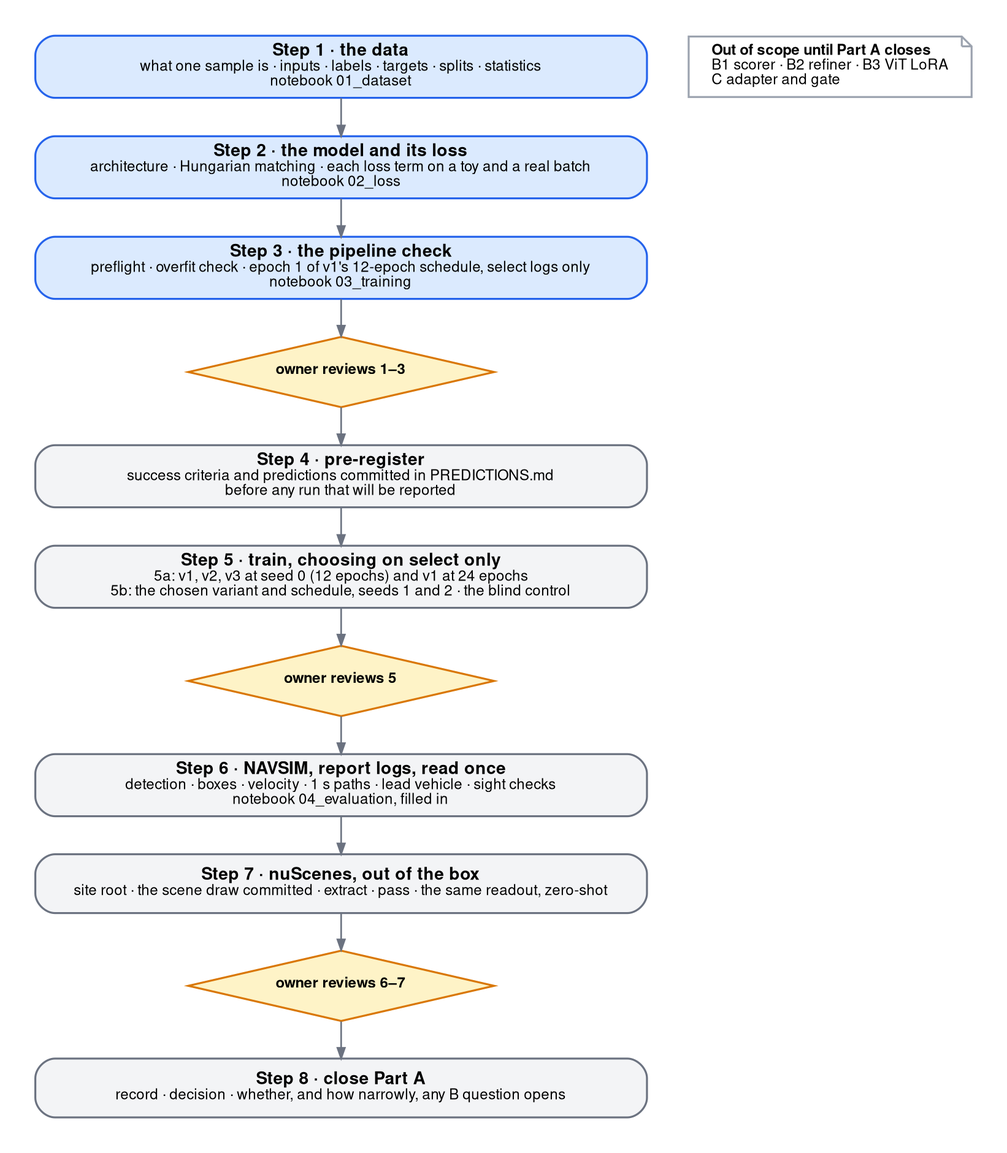
Before: experiments/H15_perception_sidecar/figures/part-a-steps.png, a diagram exported from Graphviz (FastCodeAI/Gallops). Its source is kept beside it as experiments/H15_perception_sidecar/figures/part-a-steps.dot. Source of this version:
```dot
digraph part_a_steps {
  graph [rankdir=TB, fontname="Helvetica", nodesep=0.35, ranksep=0.32, pad=0.3, bgcolor="white"];
  node  [shape=box, style="rounded,filled", fontname="Helvetica", fontsize=10.5, penwidth=1.2,
         color="#6b7280", fillcolor="#f3f4f6", margin="0.16,0.07", width=5.2];
  edge  [color="#6b7280", arrowsize=0.65, penwidth=1.0, fontname="Helvetica", fontsize=9];

  S1 [label=<<B>Step 1 · the data</B><BR/><FONT POINT-SIZE="9">what one sample is · inputs · labels · targets · splits · statistics<BR/>notebook 01_dataset</FONT>>,
      color="#2563eb", fillcolor="#dbeafe"];
  S2 [label=<<B>Step 2 · the model and its loss</B><BR/><FONT POINT-SIZE="9">architecture · Hungarian matching · each loss term on a toy and a real batch<BR/>notebook 02_loss</FONT>>,
      color="#2563eb", fillcolor="#dbeafe"];
  S3 [label=<<B>Step 3 · the pipeline check</B><BR/><FONT POINT-SIZE="9">preflight · overfit check · epoch 1 of v1's 12-epoch schedule, select logs only<BR/>notebook 03_training</FONT>>,
      color="#2563eb", fillcolor="#dbeafe"];
  R1 [shape=diamond, style="filled", width=2.6, height=0.6, fixedsize=true, color="#d97706", fillcolor="#fef3c7",
      label=<<FONT POINT-SIZE="9.5"><B>owner reviews 1–3</B></FONT>>];
  S4 [label=<<B>Step 4 · pre-register</B><BR/><FONT POINT-SIZE="9">success criteria and predictions committed in PREDICTIONS.md<BR/>before any run that will be reported</FONT>>];
  S5 [label=<<B>Step 5 · train, choosing on select only</B><BR/><FONT POINT-SIZE="9">5a: v1, v2, v3 at seed 0 (12 epochs) and v1 at 24 epochs<BR/>5b: the chosen variant and schedule, seeds 1 and 2 · the blind control</FONT>>];
  R2 [shape=diamond, style="filled", width=2.6, height=0.6, fixedsize=true, color="#d97706", fillcolor="#fef3c7",
      label=<<FONT POINT-SIZE="9.5"><B>owner reviews 5</B></FONT>>];
  S6 [label=<<B>Step 6 · NAVSIM, report logs, read once</B><BR/><FONT POINT-SIZE="9">detection · boxes · velocity · 1 s paths · lead vehicle · sight checks<BR/>notebook 04_evaluation, filled in</FONT>>];
  S7 [label=<<B>Step 7 · nuScenes, out of the box</B><BR/><FONT POINT-SIZE="9">site root · the scene draw committed · extract · pass · the same readout, zero-shot</FONT>>];
  R3 [shape=diamond, style="filled", width=2.6, height=0.6, fixedsize=true, color="#d97706", fillcolor="#fef3c7",
      label=<<FONT POINT-SIZE="9.5"><B>owner reviews 6–7</B></FONT>>];
  S8 [label=<<B>Step 8 · close Part A</B><BR/><FONT POINT-SIZE="9">record · decision · whether, and how narrowly, any B question opens</FONT>>];

  S1 -> S2 -> S3 -> R1 -> S4 -> S5 -> R2 -> S6 -> S7 -> R3 -> S8;

  NOTE [shape=note, style="filled", fillcolor="white", color="#9ca3af", fontsize=9, width=2.4,
        label=<<B>Out of scope until Part A closes</B><BR ALIGN="LEFT"/>B1 scorer · B2 refiner · B3 ViT LoRA<BR ALIGN="LEFT"/>C adapter and gate<BR ALIGN="LEFT"/>>];
  edge [style=invis]; S1 -> NOTE;
  {rank=same; S1; NOTE;}
}
```
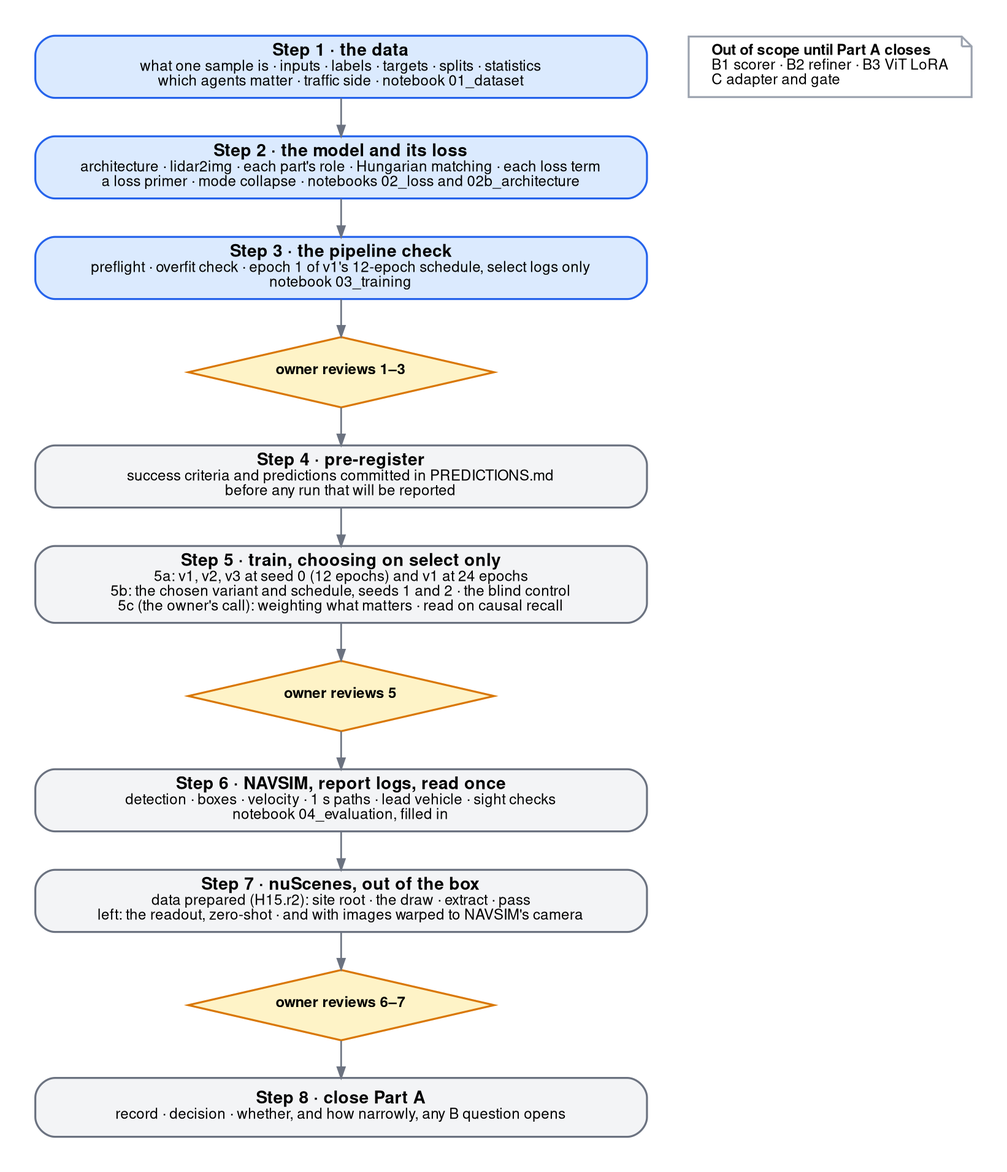
After the change.

What changed in the source:
```diff
@@ -4,20 +4,20 @@
          color="#6b7280", fillcolor="#f3f4f6", margin="0.16,0.07", width=5.2];
   edge  [color="#6b7280", arrowsize=0.65, penwidth=1.0, fontname="Helvetica", fontsize=9];
 
-  S1 [label=<<B>Step 1 · the data</B><BR/><FONT POINT-SIZE="9">what one sample is · inputs · labels · targets · splits · statistics<BR/>notebook 01_dataset</FONT>>,
+  S1 [label=<<B>Step 1 · the data</B><BR/><FONT POINT-SIZE="9">what one sample is · inputs · labels · targets · splits · statistics<BR/>which agents matter · traffic side · notebook 01_dataset</FONT>>,
       color="#2563eb", fillcolor="#dbeafe"];
-  S2 [label=<<B>Step 2 · the model and its loss</B><BR/><FONT POINT-SIZE="9">architecture · Hungarian matching · each loss term on a toy and a real batch<BR/>notebook 02_loss</FONT>>,
+  S2 [label=<<B>Step 2 · the model and its loss</B><BR/><FONT POINT-SIZE="9">architecture · lidar2img · each part's role · Hungarian matching · each loss term<BR/>a loss primer · mode collapse · notebooks 02_loss and 02b_architecture</FONT>>,
       color="#2563eb", fillcolor="#dbeafe"];
   S3 [label=<<B>Step 3 · the pipeline check</B><BR/><FONT POINT-SIZE="9">preflight · overfit check · epoch 1 of v1's 12-epoch schedule, select logs only<BR/>notebook 03_training</FONT>>,
       color="#2563eb", fillcolor="#dbeafe"];
   R1 [shape=diamond, style="filled", width=2.6, height=0.6, fixedsize=true, color="#d97706", fillcolor="#fef3c7",
       label=<<FONT POINT-SIZE="9.5"><B>owner reviews 1–3</B></FONT>>];
   S4 [label=<<B>Step 4 · pre-register</B><BR/><FONT POINT-SIZE="9">success criteria and predictions committed in PREDICTIONS.md<BR/>before any run that will be reported</FONT>>];
-  S5 [label=<<B>Step 5 · train, choosing on select only</B><BR/><FONT POINT-SIZE="9">5a: v1, v2, v3 at seed 0 (12 epochs) and v1 at 24 epochs<BR/>5b: the chosen variant and schedule, seeds 1 and 2 · the blind control</FONT>>];
+  S5 [label=<<B>Step 5 · train, choosing on select only</B><BR/><FONT POINT-SIZE="9">5a: v1, v2, v3 at seed 0 (12 epochs) and v1 at 24 epochs<BR/>5b: the chosen variant and schedule, seeds 1 and 2 · the blind control<BR/>5c (the owner's call): weighting what matters · read on causal recall</FONT>>];
   R2 [shape=diamond, style="filled", width=2.6, height=0.6, fixedsize=true, color="#d97706", fillcolor="#fef3c7",
       label=<<FONT POINT-SIZE="9.5"><B>owner reviews 5</B></FONT>>];
   S6 [label=<<B>Step 6 · NAVSIM, report logs, read once</B><BR/><FONT POINT-SIZE="9">detection · boxes · velocity · 1 s paths · lead vehicle · sight checks<BR/>notebook 04_evaluation, filled in</FONT>>];
-  S7 [label=<<B>Step 7 · nuScenes, out of the box</B><BR/><FONT POINT-SIZE="9">site root · the scene draw committed · extract · pass · the same readout, zero-shot</FONT>>];
+  S7 [label=<<B>Step 7 · nuScenes, out of the box</B><BR/><FONT POINT-SIZE="9">data prepared (H15.r2): site root · the draw · extract · pass<BR/>left: the readout, zero-shot · and with images warped to NAVSIM's camera</FONT>>];
   R3 [shape=diamond, style="filled", width=2.6, height=0.6, fixedsize=true, color="#d97706", fillcolor="#fef3c7",
       label=<<FONT POINT-SIZE="9.5"><B>owner reviews 6–7</B></FONT>>];
   S8 [label=<<B>Step 8 · close Part A</B><BR/><FONT POINT-SIZE="9">record · decision · whether, and how narrowly, any B question opens</FONT>>];
```
